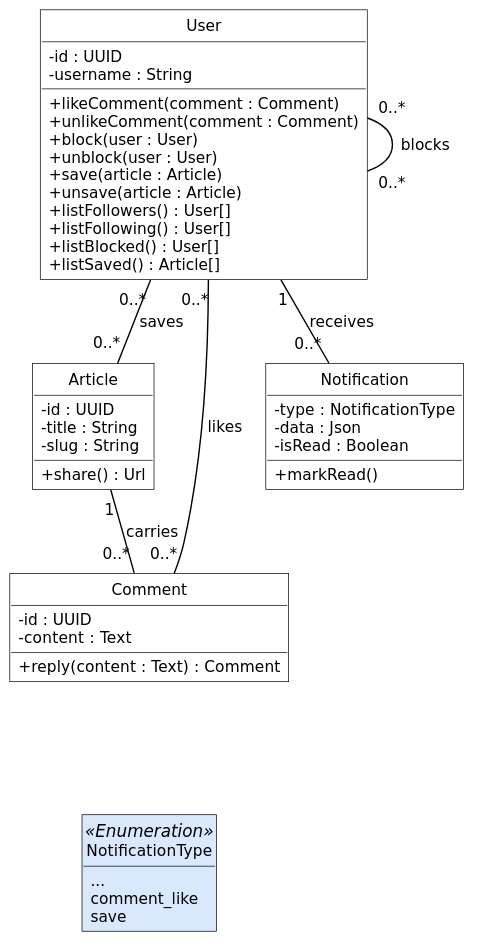
The PlantUML diagram diagrams/fig-7-2-classes-sprint-7/fig-7-2-classes-sprint-7.svg in inkwell-dev/spec.inkwell.ai, before a commit.
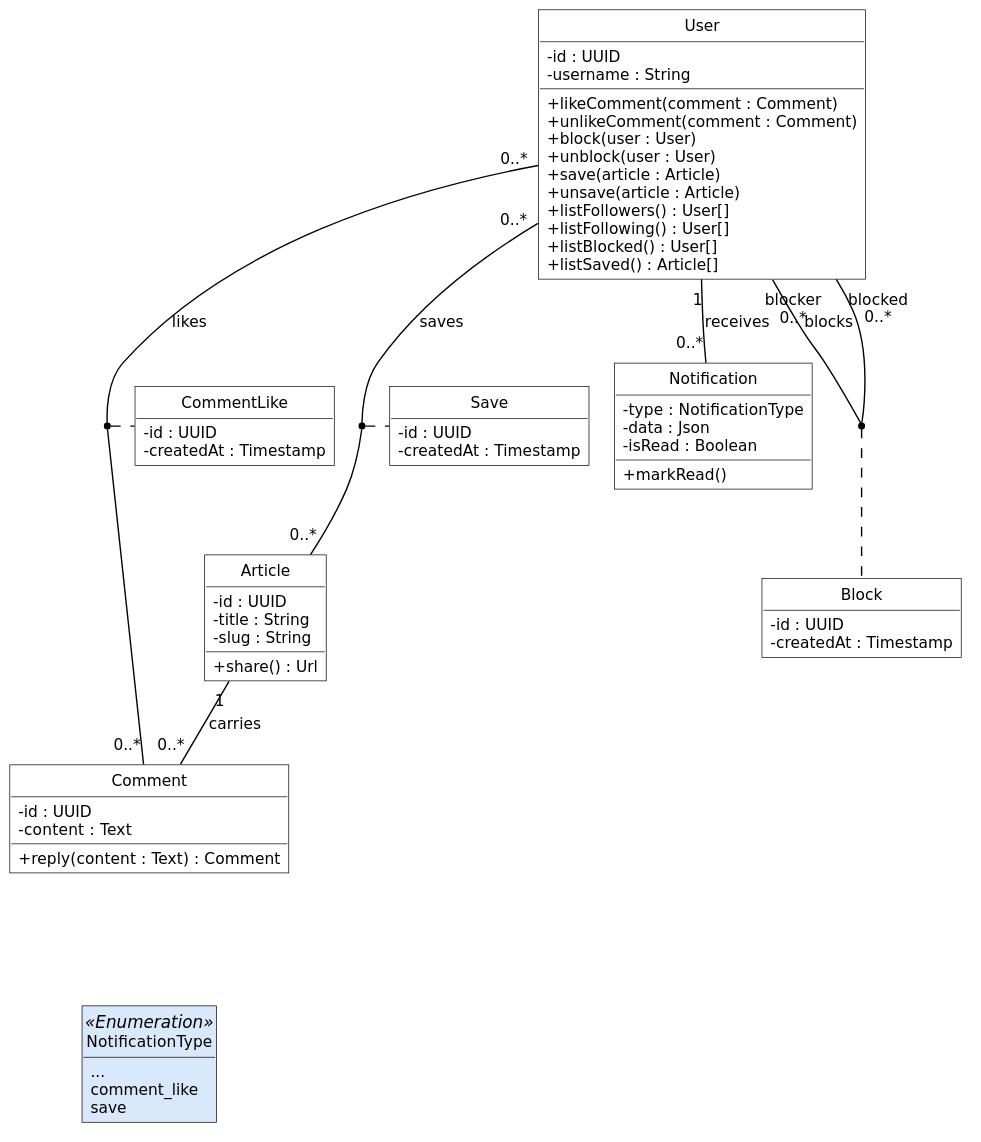
After the commit.

Commit message:
docs(report): association classes in the Sprint 3 and Sprint 7 class diagrams

Diff of the diagram source:
```diff
@@ -30,6 +30,18 @@
   - content : Text
   + reply(content : Text) : Comment
 }
+class CommentLike {
+  - id : UUID
+  - createdAt : Timestamp
+}
+class Block {
+  - id : UUID
+  - createdAt : Timestamp
+}
+class Save {
+  - id : UUID
+  - createdAt : Timestamp
+}
 class Notification {
   - type : NotificationType
   - data : Json
@@ -44,8 +56,11 @@
 }
 
 User "0..*" -- "0..*" Comment : likes
-User "0..*" -- "0..*" User : blocks
+(User, Comment) .. CommentLike
+User "blocker\n0..*" -- "blocked\n0..*" User : blocks
+(User, User) .. Block
 User "0..*" -- "0..*" Article : saves
+(User, Article) .. Save
 User "1" -- "0..*" Notification : receives
 Article "1" -- "0..*" Comment : carries
 
```
